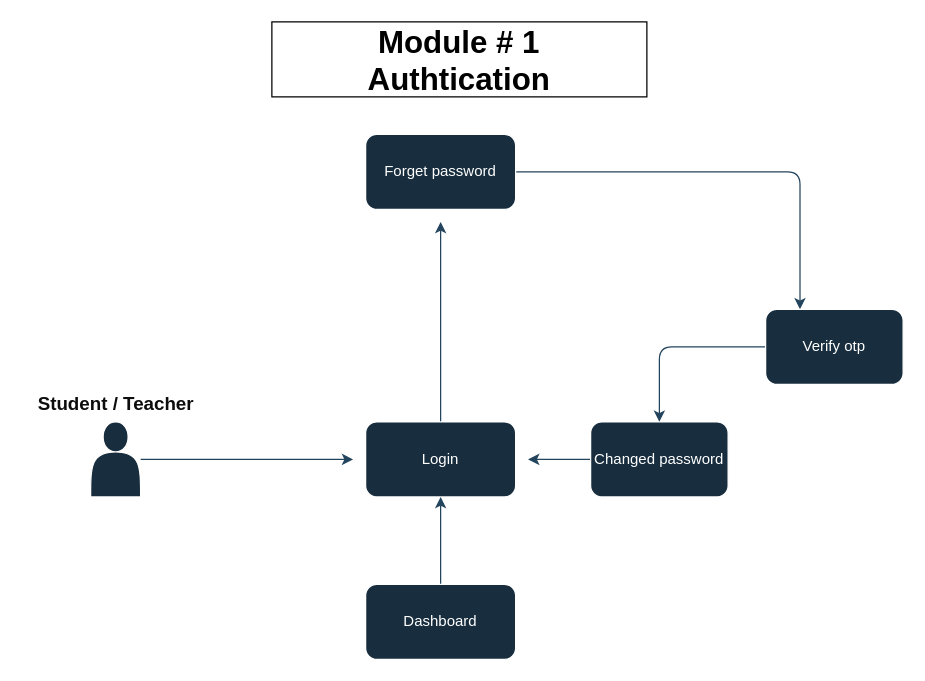
The draw.io diagram PWA-Architecture.drawio in Ahsan2001/DUET_LMS, before the edit. Source tidied: cells renumbered, new cells numbered last; positions are measured from the earlier drawing's top-left corner, leaving out a move shared by most shapes. Both pictures are drawn from the tidied source at 125%, with x=0, y=0 at pixel (21, 21).
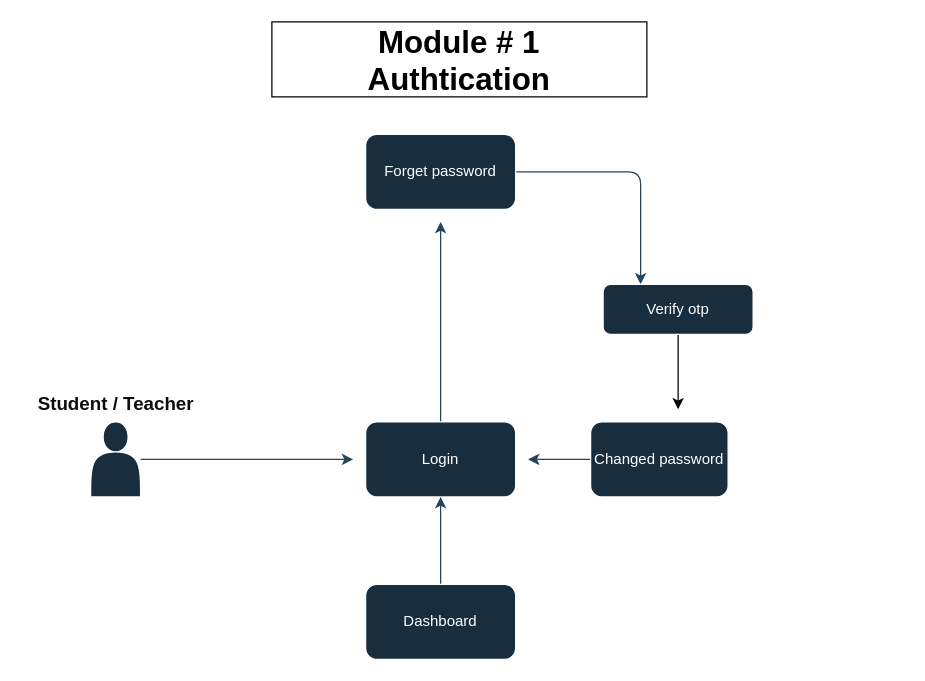
The same page after the edit.

The edit, as a diff of the source:
```diff
@@
 <mxGraphModel>
   <root>
     <mxCell id="0" />
     <mxCell id="1" parent="0" />
     <mxCell id="2" style="edgeStyle=orthogonalEdgeStyle;rounded=1;jettySize=auto;html=1;labelBackgroundColor=none;strokeColor=#23445D;fontColor=default;" parent="1" edge="1" source="3">
       <mxGeometry relative="1" as="geometry">
         <mxPoint x="335" y="160" as="targetPoint" />
       </mxGeometry>
     </mxCell>
     <mxCell id="3" value="Login" style="rounded=1;whiteSpace=wrap;html=1;labelBackgroundColor=none;fillColor=#182E3E;strokeColor=#FFFFFF;fontColor=#FFFFFF;" parent="1" vertex="1">
       <mxGeometry x="275" y="320" width="120" height="60" as="geometry" />
     </mxCell>
     <mxCell id="4" style="edgeStyle=orthogonalEdgeStyle;rounded=1;jettySize=auto;html=1;labelBackgroundColor=none;strokeColor=#23445D;fontColor=default;" parent="1" edge="1" source="5" target="3">
       <mxGeometry relative="1" as="geometry" />
     </mxCell>
     <mxCell id="5" value="Dashboard" style="rounded=1;whiteSpace=wrap;html=1;labelBackgroundColor=none;fillColor=#182E3E;strokeColor=#FFFFFF;fontColor=#FFFFFF;" parent="1" vertex="1">
       <mxGeometry x="275" y="450" width="120" height="60" as="geometry" />
     </mxCell>
     <mxCell id="6" style="edgeStyle=orthogonalEdgeStyle;rounded=1;jettySize=auto;html=1;entryX=0.25;entryY=0;entryDx=0;entryDy=0;strokeColor=#23445D;labelBackgroundColor=none;fontColor=default;" parent="1" edge="1" source="7" target="11">
       <mxGeometry relative="1" as="geometry" />
     </mxCell>
     <mxCell id="7" value="Forget password" style="rounded=1;whiteSpace=wrap;html=1;labelBackgroundColor=none;fillColor=#182E3E;strokeColor=#FFFFFF;fontColor=#FFFFFF;" parent="1" vertex="1">
       <mxGeometry x="275" y="90" width="120" height="60" as="geometry" />
     </mxCell>
     <mxCell id="8" style="edgeStyle=orthogonalEdgeStyle;rounded=1;jettySize=auto;html=1;labelBackgroundColor=none;strokeColor=#23445D;fontColor=default;" parent="1" edge="1" source="9">
       <mxGeometry relative="1" as="geometry">
         <mxPoint x="405" y="350" as="targetPoint" />
       </mxGeometry>
     </mxCell>
     <mxCell id="9" value="Changed password" style="rounded=1;whiteSpace=wrap;html=1;labelBackgroundColor=none;fillColor=#182E3E;strokeColor=#FFFFFF;fontColor=#FFFFFF;" parent="1" vertex="1">
       <mxGeometry x="455" y="320" width="110" height="60" as="geometry" />
     </mxCell>
-    <mxCell id="10" style="edgeStyle=orthogonalEdgeStyle;rounded=1;jettySize=auto;html=1;strokeColor=#23445D;labelBackgroundColor=none;fontColor=default;" parent="1" edge="1" source="11" target="9">
-      <mxGeometry relative="1" as="geometry" />
-    </mxCell>
+    <mxCell id="17" style="edgeStyle=orthogonalEdgeStyle;rounded=0;jettySize=auto;html=1;" parent="1" edge="1" source="11">
+      <mxGeometry relative="1" as="geometry">
+        <mxPoint x="525" y="310" as="targetPoint" />
+      </mxGeometry>
+    </mxCell>
     <mxCell id="11" value="Verify otp" style="rounded=1;whiteSpace=wrap;html=1;labelBackgroundColor=none;fillColor=#182E3E;strokeColor=#FFFFFF;fontColor=#FFFFFF;" parent="1" vertex="1">
-      <mxGeometry x="595" y="230" width="110" height="60" as="geometry" />
+      <mxGeometry x="465" y="210" width="120" height="40" as="geometry" />
     </mxCell>
     <mxCell id="12" style="edgeStyle=orthogonalEdgeStyle;rounded=1;jettySize=auto;html=1;labelBackgroundColor=none;strokeColor=#23445D;fontColor=default;" parent="1" edge="1" source="13">
       <mxGeometry relative="1" as="geometry">
         <mxPoint x="265" y="350" as="targetPoint" />
       </mxGeometry>
     </mxCell>
     <mxCell id="13" style="shape=actor;whiteSpace=wrap;html=1;labelBackgroundColor=none;fillColor=#182E3E;strokeColor=#FFFFFF;fontColor=#FFFFFF;rounded=1;" parent="1" vertex="1">
       <mxGeometry x="55" y="320" width="40" height="60" as="geometry" />
     </mxCell>
     <mxCell id="14" value="&lt;font style=&quot;font-size: 15px;&quot; color=&quot;#0d0d0d&quot;&gt;Student / Teacher&lt;/font&gt;" style="text;html=1;align=center;verticalAlign=middle;strokeColor=none;fillColor=none;fontStyle=1;labelBackgroundColor=none;fontColor=#FFFFFF;rounded=1;" parent="1" vertex="1">
       <mxGeometry y="290" width="150" height="30" as="geometry" />
     </mxCell>
     <mxCell id="15" value="&lt;b style=&quot;font-size: 25px;&quot;&gt;Module # 1&lt;br&gt;Authtication&lt;/b&gt;" style="rounded=0;whiteSpace=wrap;html=1;" parent="1" vertex="1">
       <mxGeometry x="200" width="300" height="60" as="geometry" />
     </mxCell>
     <mxCell id="16" value="Student / Teacher" style="text;html=1;align=center;verticalAlign=middle;strokeColor=none;fillColor=none;fontStyle=1;labelBackgroundColor=none;fontColor=#FFFFFF;rounded=1;" parent="1" vertex="1">
       <mxGeometry x="15" y="180" width="120" height="30" as="geometry" />
     </mxCell>
   </root>
 </mxGraphModel>
```
